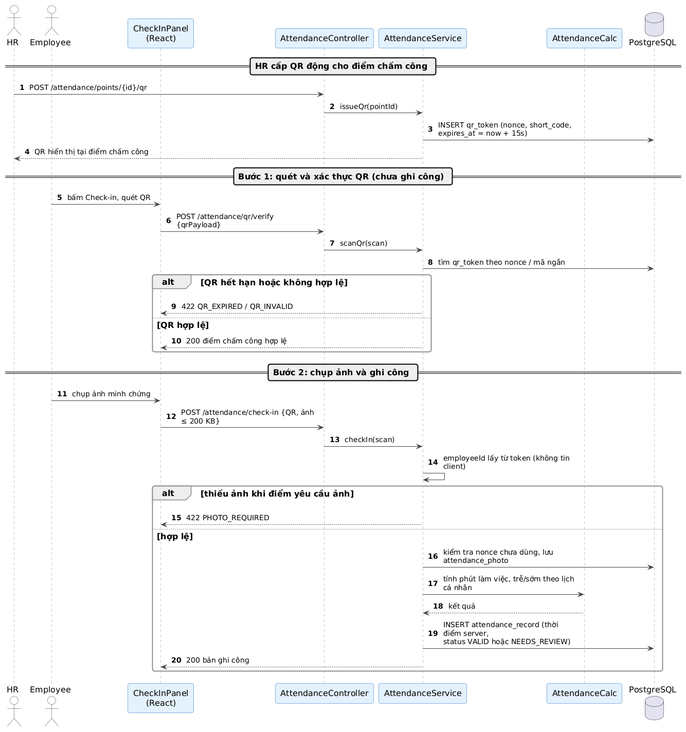
The PlantUML diagram docs/uml/png/fig4_11_seq_qr_checkin.png in gihan160306/HRFlow, before a commit. Its diagram source:
```plantuml
@startuml
skinparam backgroundColor #FFFFFF
skinparam shadowing false
skinparam roundCorner 8
skinparam defaultFontSize 16
skinparam ArrowColor #444444
skinparam ArrowFontSize 14
skinparam maxMessageSize 220
skinparam wrapWidth 260
skinparam padding 3
skinparam actorBorderColor #333333
skinparam actorBackgroundColor #FFFFFF
skinparam usecaseBorderColor #1565C0
skinparam usecaseBackgroundColor #E3F2FD
skinparam rectangleBorderColor #546E7A
skinparam rectangleBackgroundColor #FAFAFA
skinparam packageBorderColor #546E7A
skinparam packageBackgroundColor #FAFAFA
skinparam classBorderColor #1565C0
skinparam classBackgroundColor #F5FAFF
skinparam classHeaderBackgroundColor #E3F2FD
skinparam participantBorderColor #1565C0
skinparam participantBackgroundColor #E3F2FD
skinparam sequenceLifeLineBorderColor #888888
skinparam sequenceGroupBorderColor #888888
skinparam stateBorderColor #1565C0
skinparam stateBackgroundColor #E3F2FD
skinparam activityBorderColor #1565C0
skinparam activityBackgroundColor #E3F2FD
skinparam noteBorderColor #F9A825
skinparam noteBackgroundColor #FFF8E1

autonumber
actor "HR" as HR
actor "Employee" as E
participant "CheckInPanel\n(React)" as UI
participant AttendanceController as C
participant AttendanceService as S
participant AttendanceCalc as CALC
database PostgreSQL as DB
== HR cấp QR động cho điểm chấm công ==
HR -> C : POST /attendance/points/{id}/qr
C -> S : issueQr(pointId)
S -> DB : INSERT qr_token (nonce, short_code, expires_at = now + 15s)
S --> HR : QR hiển thị tại điểm chấm công
== Bước 1: quét và xác thực QR (chưa ghi công) ==
E -> UI : bấm Check-in, quét QR
UI -> C : POST /attendance/qr/verify {qrPayload}
C -> S : scanQr(scan)
S -> DB : tìm qr_token theo nonce / mã ngắn
alt QR hết hạn hoặc không hợp lệ
  S --> UI : 422 QR_EXPIRED / QR_INVALID
else QR hợp lệ
  S --> UI : 200 điểm chấm công hợp lệ
end
== Bước 2: chụp ảnh và ghi công ==
E -> UI : chụp ảnh minh chứng
UI -> C : POST /attendance/check-in {QR, ảnh ≤ 200 KB}
C -> S : checkIn(scan)
S -> S : employeeId lấy từ token (không tin client)
alt thiếu ảnh khi điểm yêu cầu ảnh
  S --> UI : 422 PHOTO_REQUIRED
else hợp lệ
  S -> DB : kiểm tra nonce chưa dùng, lưu attendance_photo
  S -> CALC : tính phút làm việc, trễ/sớm theo lịch cá nhân
  CALC --> S : kết quả
  S -> DB : INSERT attendance_record (thời điểm server,\nstatus VALID hoặc NEEDS_REVIEW)
  S --> UI : 200 bản ghi công
end
@enduml
```
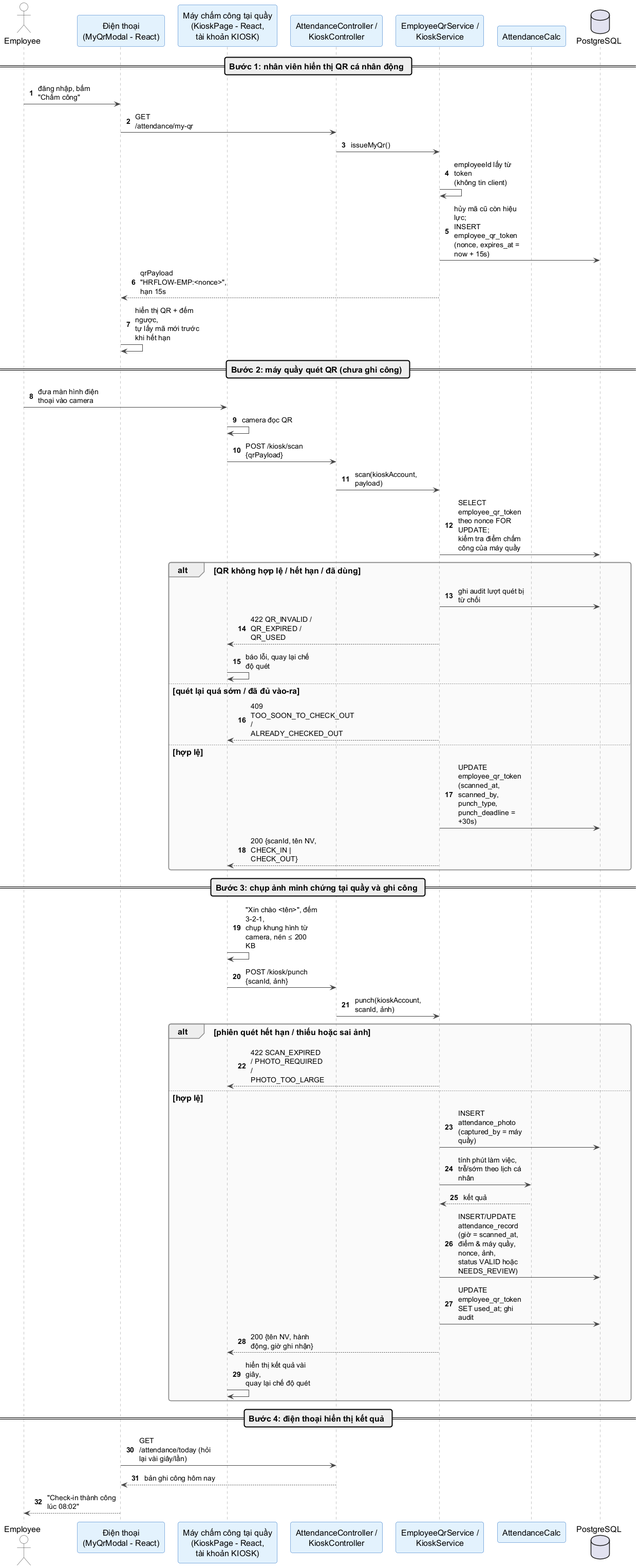
Above is the later version.

The edit, as a diff of the source:
```diff
@@ -1,4 +1,4 @@
-@startuml
+@startuml fig4_11_seq_qr_checkin
 skinparam backgroundColor #FFFFFF
 skinparam shadowing false
 skinparam roundCorner 8
@@ -30,41 +30,58 @@
 skinparam noteBorderColor #F9A825
 skinparam noteBackgroundColor #FFF8E1
 
+skinparam maxMessageSize 140
+skinparam ParticipantPadding 8
+skinparam responseMessageBelowArrow true
 autonumber
-actor "HR" as HR
 actor "Employee" as E
-participant "CheckInPanel\n(React)" as UI
-participant AttendanceController as C
-participant AttendanceService as S
+participant "Điện thoại\n(MyQrModal - React)" as PH
+participant "Máy chấm công tại quầy\n(KioskPage - React,\ntài khoản KIOSK)" as K
+participant "AttendanceController /\nKioskController" as C
+participant "EmployeeQrService /\nKioskService" as S
 participant AttendanceCalc as CALC
 database PostgreSQL as DB
-== HR cấp QR động cho điểm chấm công ==
-HR -> C : POST /attendance/points/{id}/qr
-C -> S : issueQr(pointId)
-S -> DB : INSERT qr_token (nonce, short_code, expires_at = now + 15s)
-S --> HR : QR hiển thị tại điểm chấm công
-== Bước 1: quét và xác thực QR (chưa ghi công) ==
-E -> UI : bấm Check-in, quét QR
-UI -> C : POST /attendance/qr/verify {qrPayload}
-C -> S : scanQr(scan)
-S -> DB : tìm qr_token theo nonce / mã ngắn
-alt QR hết hạn hoặc không hợp lệ
-  S --> UI : 422 QR_EXPIRED / QR_INVALID
-else QR hợp lệ
-  S --> UI : 200 điểm chấm công hợp lệ
+== Bước 1: nhân viên hiển thị QR cá nhân động ==
+E -> PH : đăng nhập, bấm "Chấm công"
+PH -> C : GET /attendance/my-qr
+C -> S : issueMyQr()
+S -> S : employeeId lấy từ token\n(không tin client)
+S -> DB : hủy mã cũ còn hiệu lực;\nINSERT employee_qr_token\n(nonce, expires_at = now + 15s)
+S --> PH : qrPayload "HRFLOW-EMP:<nonce>", hạn 15s
+PH -> PH : hiển thị QR + đếm ngược,\ntự lấy mã mới trước khi hết hạn
+== Bước 2: máy quầy quét QR (chưa ghi công) ==
+E -> K : đưa màn hình điện thoại vào camera
+K -> K : camera đọc QR
+K -> C : POST /kiosk/scan {qrPayload}
+C -> S : scan(kioskAccount, payload)
+S -> DB : SELECT employee_qr_token theo nonce FOR UPDATE;\nkiểm tra điểm chấm công của máy quầy
+alt QR không hợp lệ / hết hạn / đã dùng
+  S -> DB : ghi audit lượt quét bị từ chối
+  S --> K : 422 QR_INVALID / QR_EXPIRED / QR_USED
+  K -> K : báo lỗi, quay lại chế độ quét
+else quét lại quá sớm / đã đủ vào-ra
+  S --> K : 409 TOO_SOON_TO_CHECK_OUT / ALREADY_CHECKED_OUT
+else hợp lệ
+  S -> DB : UPDATE employee_qr_token\n(scanned_at, scanned_by, punch_type,\npunch_deadline = +30s)
+  S --> K : 200 {scanId, tên NV, CHECK_IN | CHECK_OUT}
 end
-== Bước 2: chụp ảnh và ghi công ==
-E -> UI : chụp ảnh minh chứng
-UI -> C : POST /attendance/check-in {QR, ảnh ≤ 200 KB}
-C -> S : checkIn(scan)
-S -> S : employeeId lấy từ token (không tin client)
-alt thiếu ảnh khi điểm yêu cầu ảnh
-  S --> UI : 422 PHOTO_REQUIRED
+== Bước 3: chụp ảnh minh chứng tại quầy và ghi công ==
+K -> K : "Xin chào <tên>", đếm 3-2-1,\nchụp khung hình từ camera, nén ≤ 200 KB
+K -> C : POST /kiosk/punch {scanId, ảnh}
+C -> S : punch(kioskAccount, scanId, ảnh)
+alt phiên quét hết hạn / thiếu hoặc sai ảnh
+  S --> K : 422 SCAN_EXPIRED / PHOTO_REQUIRED / PHOTO_TOO_LARGE
 else hợp lệ
-  S -> DB : kiểm tra nonce chưa dùng, lưu attendance_photo
+  S -> DB : INSERT attendance_photo (captured_by = máy quầy)
   S -> CALC : tính phút làm việc, trễ/sớm theo lịch cá nhân
   CALC --> S : kết quả
-  S -> DB : INSERT attendance_record (thời điểm server,\nstatus VALID hoặc NEEDS_REVIEW)
-  S --> UI : 200 bản ghi công
+  S -> DB : INSERT/UPDATE attendance_record\n(giờ = scanned_at, điểm & máy quầy, nonce, ảnh,\nstatus VALID hoặc NEEDS_REVIEW)
+  S -> DB : UPDATE employee_qr_token SET used_at; ghi audit
+  S --> K : 200 {tên NV, hành động, giờ ghi nhận}
+  K -> K : hiển thị kết quả vài giây,\nquay lại chế độ quét
 end
+== Bước 4: điện thoại hiển thị kết quả ==
+PH -> C : GET /attendance/today (hỏi lại vài giây/lần)
+C --> PH : bản ghi công hôm nay
+PH --> E : "Check-in thành công lúc 08:02"
 @enduml
```
